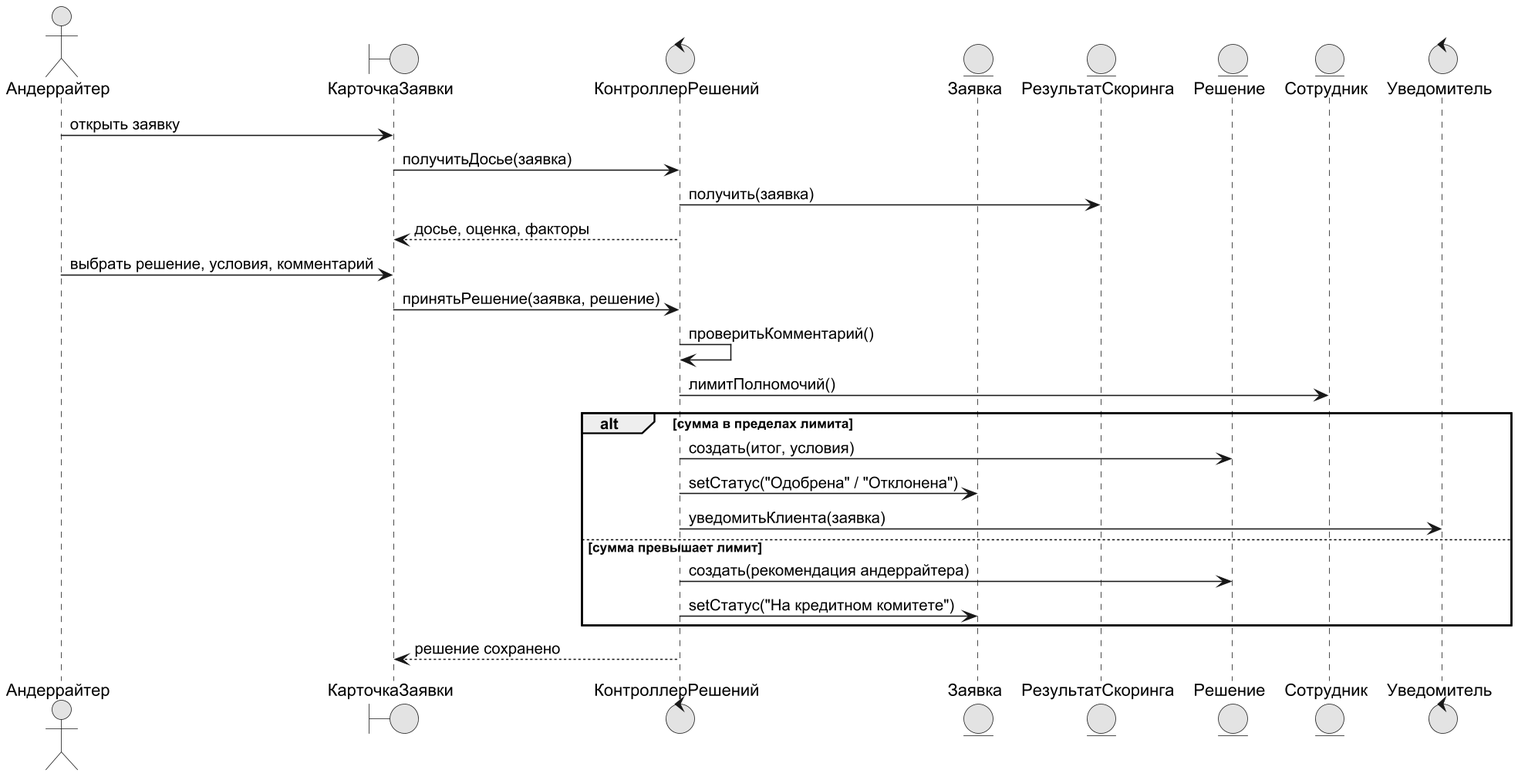
The PlantUML diagram diagrams/uml_seq_2.png in DarkSwordman999/credit-scoring-dss, before a commit. Its diagram source:
```plantuml
@startuml
!pragma layout smetana
skinparam dpi 150
skinparam defaultFontName Arial
skinparam shadowing false
skinparam monochrome true
actor "Андеррайтер" as UW
boundary "КарточкаЗаявки" as UI
control "КонтроллерРешений" as C
entity "Заявка" as AP
entity "РезультатСкоринга" as R
entity "Решение" as D
entity "Сотрудник" as E
control "Уведомитель" as N
UW -> UI : открыть заявку
UI -> C : получитьДосье(заявка)
C -> R : получить(заявка)
C --> UI : досье, оценка, факторы
UW -> UI : выбрать решение, условия, комментарий
UI -> C : принятьРешение(заявка, решение)
C -> C : проверитьКомментарий()
C -> E : лимитПолномочий()
alt сумма в пределах лимита
  C -> D : создать(итог, условия)
  C -> AP : setСтатус("Одобрена" / "Отклонена")
  C -> N : уведомитьКлиента(заявка)
else сумма превышает лимит
  C -> D : создать(рекомендация андеррайтера)
  C -> AP : setСтатус("На кредитном комитете")
end
C --> UI : решение сохранено
@enduml
```
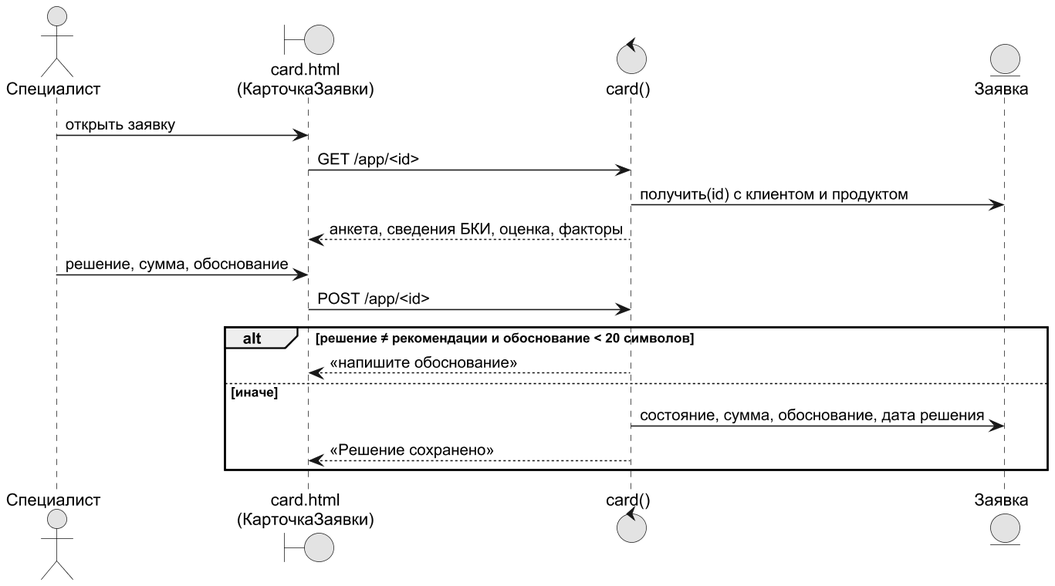
The same file after the commit.

Change to the diagram source:
```diff
@@ -4,29 +4,20 @@
 skinparam defaultFontName Arial
 skinparam shadowing false
 skinparam monochrome true
-actor "Андеррайтер" as UW
-boundary "КарточкаЗаявки" as UI
-control "КонтроллерРешений" as C
+actor "Специалист" as KS
+boundary "card.html\n(КарточкаЗаявки)" as UI
+control "card()" as C
 entity "Заявка" as AP
-entity "РезультатСкоринга" as R
-entity "Решение" as D
-entity "Сотрудник" as E
-control "Уведомитель" as N
-UW -> UI : открыть заявку
-UI -> C : получитьДосье(заявка)
-C -> R : получить(заявка)
-C --> UI : досье, оценка, факторы
-UW -> UI : выбрать решение, условия, комментарий
-UI -> C : принятьРешение(заявка, решение)
-C -> C : проверитьКомментарий()
-C -> E : лимитПолномочий()
-alt сумма в пределах лимита
-  C -> D : создать(итог, условия)
-  C -> AP : setСтатус("Одобрена" / "Отклонена")
-  C -> N : уведомитьКлиента(заявка)
-else сумма превышает лимит
-  C -> D : создать(рекомендация андеррайтера)
-  C -> AP : setСтатус("На кредитном комитете")
+KS -> UI : открыть заявку
+UI -> C : GET /app/<id>
+C -> AP : получить(id) с клиентом и продуктом
+C --> UI : анкета, сведения БКИ, оценка, факторы
+KS -> UI : решение, сумма, обоснование
+UI -> C : POST /app/<id>
+alt решение ≠ рекомендации и обоснование < 20 символов
+  C --> UI : «напишите обоснование»
+else иначе
+  C -> AP : состояние, сумма, обоснование, дата решения
+  C --> UI : «Решение сохранено»
 end
-C --> UI : решение сохранено
 @enduml
```
